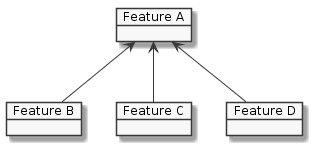
Before: packages/@okta/vuepress-site/.vuepress/public/img/feature-relation.png, a diagram exported from PlantUML (okta/okta-developer-docs).
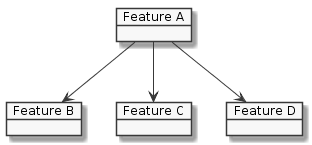
The same file after the commit.

Change to the diagram source:
```diff
@@ -6,7 +6,7 @@
 object "Feature C" as featC
 object "Feature D" as featD
 
-featA <-- featB
-featA <-- featC
-featA <-- featD
+featA --> featB
+featA --> featC
+featA --> featD
 @enduml
```
